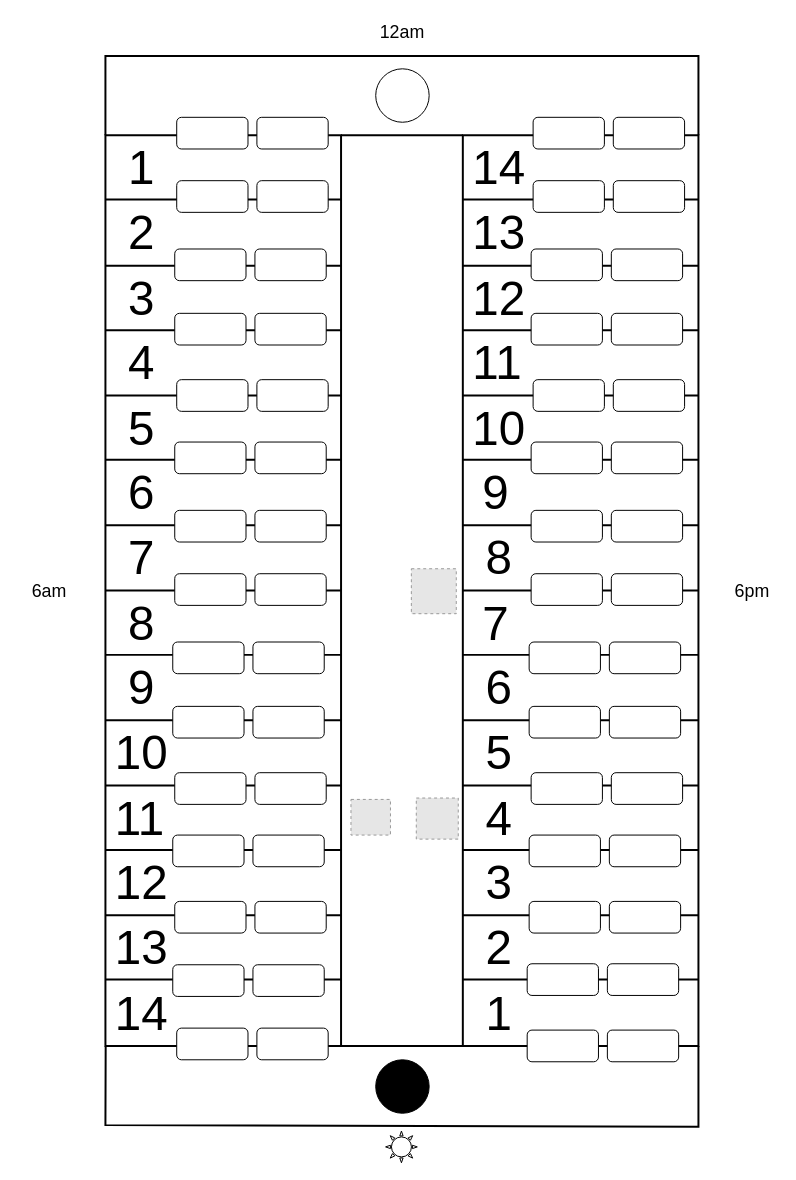
appsparkler/draw.io keeps this draw.io diagram as page "A REAL MONTH" (1 of 26) of pentasys-calendar-format-1.drawio. Above is the earlier version. Source tidied: cells renumbered, new cells numbered last; positions are measured from the earlier drawing's top-left corner, leaving out a move shared by most shapes. Both pictures are drawn from the tidied source at 99%, with x=0, y=0 at pixel (17, 17). Pictures stored in the file or linked from it are replaced by grey dashed boxes.
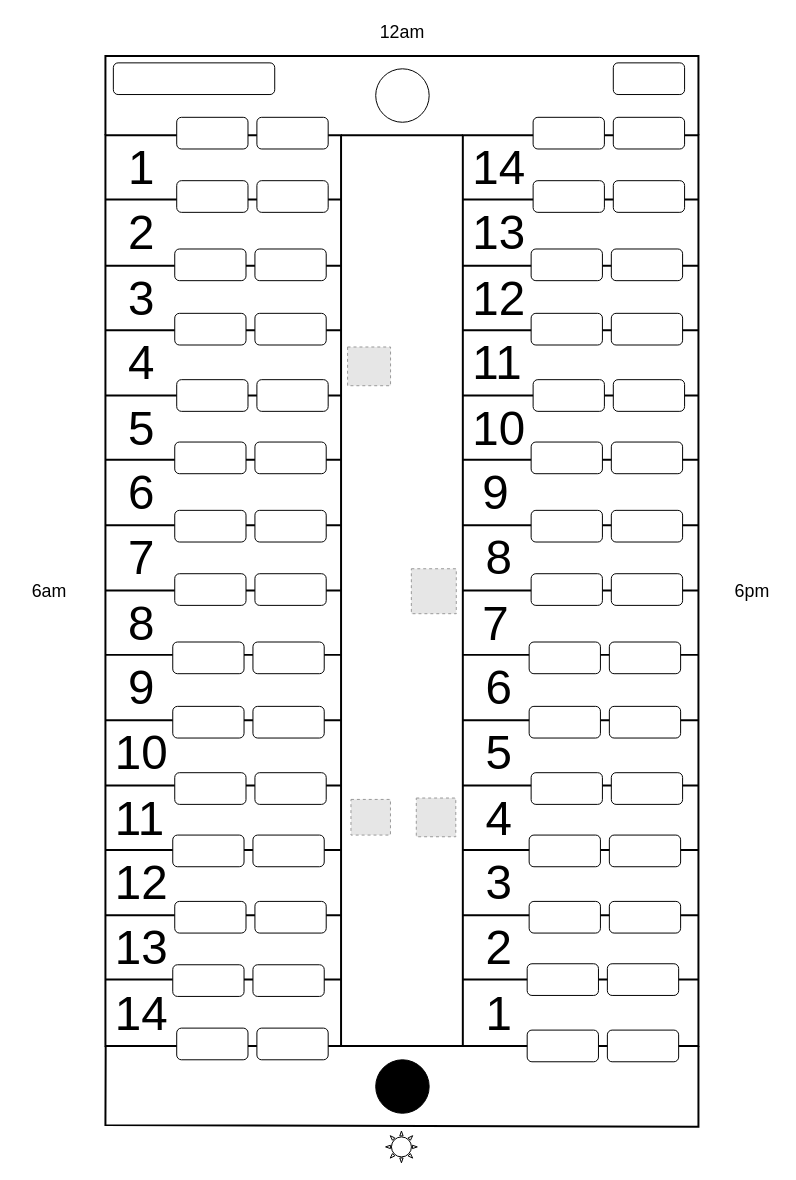
The same diagram, later.

Diff of the diagram source:
```diff
@@
     <mxCell id="132" style="fillColor=#E6E6E6;strokeColor=#999999;dashed=1;verticalLabelPosition=bottom;labelBackgroundColor=default;verticalAlign=top;" parent="1" vertex="1">
-      <mxGeometry x="403" y="788.6" width="42.4" height="41.5" as="geometry" />
+      <mxGeometry x="403" y="788.6" width="39.9" height="39.1" as="geometry" />
     </mxCell>
+    <mxCell id="133" style="rounded=1;whiteSpace=wrap;html=1;" parent="1" vertex="1">
+      <mxGeometry x="97" y="46" width="163" height="32" as="geometry" />
+    </mxCell>
+    <mxCell id="134" style="rounded=1;whiteSpace=wrap;html=1;" parent="1" vertex="1">
+      <mxGeometry x="602" y="46" width="72" height="32" as="geometry" />
+    </mxCell>
+    <mxCell id="135" style="fillColor=#E6E6E6;strokeColor=#999999;dashed=1;verticalLabelPosition=bottom;labelBackgroundColor=default;verticalAlign=top;" parent="1" vertex="1">
+      <mxGeometry x="333.6" y="333" width="43.4" height="39.1" as="geometry" />
+    </mxCell>
```
